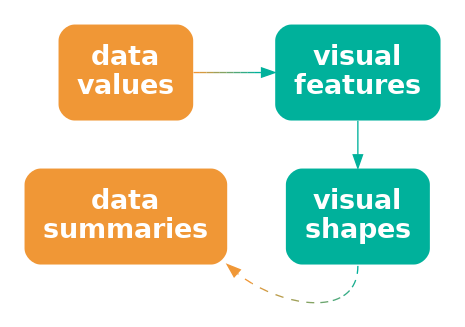
pmur002/hdvw keeps this Graphviz diagram as Diagrams/data-vis-shape-decode.png. Above is the earlier version. Its source is kept beside it as Diagrams/data-vis-shape-decode.dot.
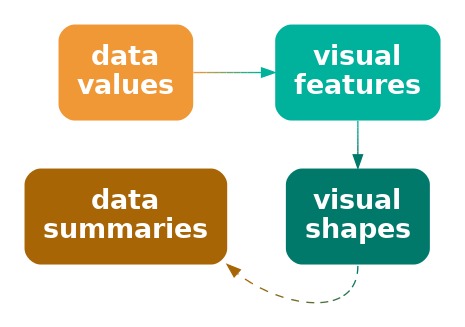
The same diagram one commit later.

Change to the diagram source:
```diff
@@ -2,14 +2,14 @@
   graph [ rankdir=LR; margin=.2; nodesep=.5 ];
   node [ fontsize=20; fontname="sans bold"; margin=.2 ];
   data [ label="data\nvalues"; shape=box; style="filled, rounded"; penwidth=0; fontcolor=white; fillcolor="#F09736" ]
-  stat [ label="data\nsummaries"; shape=box; style="filled, rounded"; penwidth=0; fontcolor=white; fillcolor="#F09736" ]
+  stat [ label="data\nsummaries"; shape=box; style="filled, rounded"; penwidth=0; fontcolor=white; fillcolor="#A86505" ]
   vis [ label="visual\nfeatures"; shape=box;
      style="filled, rounded"; penwidth=0; fontcolor=white; fillcolor="#00B19B" ]
   shape [ label="visual\nshapes"; shape=box;
-       style="filled, rounded"; penwidth=0; fontcolor=white; fillcolor="#00B19B" ]
+       style="filled, rounded"; penwidth=0; fontcolor=white; fillcolor="#00796A" ]
   data -> vis [ color="#F09736;0.1:#D59A41;0.1:#BB9D4C;0.1:#A0A058;0.1:#85A363;0.1:#6BA56E;0.1:#50A879;0.1:#35AB85;0.1:#1BAE90;0.1:#00B19B;0.1" ]
-  vis -> shape [ color="#00B19B" ]
-  shape:s -> stat:se [ style="dashed", color="#00B19B;0.1:#1BAE90;0.1:#35AB85;0.1:#50A879;0.1:#6BA56E;0.1:#85A363;0.1:#A0A058;0.1:#BB9D4C;0.1:#D59A41;0.1:#F09736;0.1" ]
+  vis -> shape [ color="#00B19B;0.1:#00AB96;0.1:#00A590;0.1:#009E8B;0.1:#009885;0.1:#009280;0.1:#008C7A;0.1:#008575;0.1:#007F6F;0.1:#00796A;0.1" ]
+  shape:s -> stat:se [ style="dashed", color="#00796A;0.1:#13775F;0.1:#257554;0.1:#387248;0.1:#4B703D;0.1:#5D6E32;0.1:#706C27;0.1:#83691B;0.1:#956710;0.1:#A86505;0.1" ]
 { rank=same; data, stat }
 { rank=same; vis, shape }
 }
```
